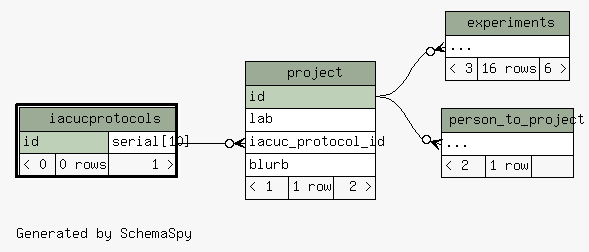
The Graphviz diagram database/ss/diagrams/iacucprotocols.2degrees.png in tgbugs/mlab, before a commit. Its source is kept beside it as database/ss/diagrams/iacucprotocols.2degrees.dot.
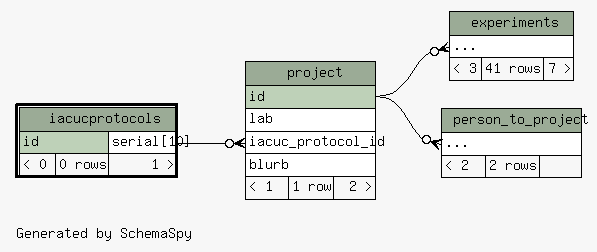
Later version of the same file.

What changed in the source:
```diff
@@ -25,7 +25,7 @@
     <TABLE BORDER="0" CELLBORDER="1" CELLSPACING="0" BGCOLOR="#ffffff">
       <TR><TD COLSPAN="3" BGCOLOR="#9bab96" ALIGN="CENTER">experiments</TD></TR>
       <TR><TD PORT="elipses" COLSPAN="3" ALIGN="LEFT">...</TD></TR>
-      <TR><TD ALIGN="LEFT" BGCOLOR="#f7f7f7">&lt; 3</TD><TD ALIGN="RIGHT" BGCOLOR="#f7f7f7">16 rows</TD><TD ALIGN="RIGHT" BGCOLOR="#f7f7f7">6 &gt;</TD></TR>
+      <TR><TD ALIGN="LEFT" BGCOLOR="#f7f7f7">&lt; 3</TD><TD ALIGN="RIGHT" BGCOLOR="#f7f7f7">41 rows</TD><TD ALIGN="RIGHT" BGCOLOR="#f7f7f7">7 &gt;</TD></TR>
     </TABLE>>
     URL="experiments.html"
     tooltip="experiments"
@@ -45,7 +45,7 @@
     <TABLE BORDER="0" CELLBORDER="1" CELLSPACING="0" BGCOLOR="#ffffff">
       <TR><TD COLSPAN="3" BGCOLOR="#9bab96" ALIGN="CENTER">person_to_project</TD></TR>
       <TR><TD PORT="elipses" COLSPAN="3" ALIGN="LEFT">...</TD></TR>
-      <TR><TD ALIGN="LEFT" BGCOLOR="#f7f7f7">&lt; 2</TD><TD ALIGN="RIGHT" BGCOLOR="#f7f7f7">1 row</TD><TD ALIGN="RIGHT" BGCOLOR="#f7f7f7">  </TD></TR>
+      <TR><TD ALIGN="LEFT" BGCOLOR="#f7f7f7">&lt; 2</TD><TD ALIGN="RIGHT" BGCOLOR="#f7f7f7">2 rows</TD><TD ALIGN="RIGHT" BGCOLOR="#f7f7f7">  </TD></TR>
     </TABLE>>
     URL="person_to_project.html"
     tooltip="person_to_project"
```
